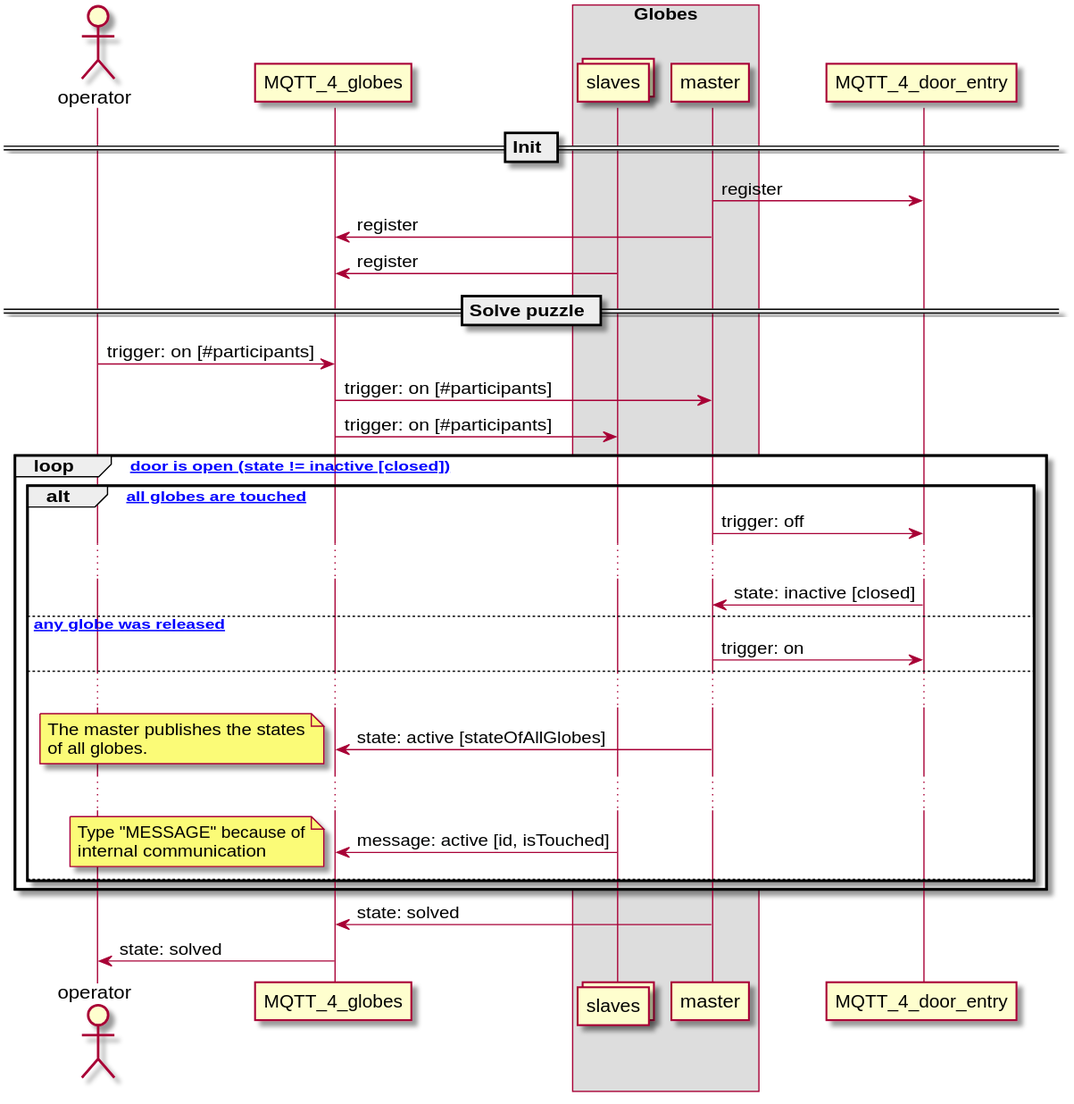
The PlantUML diagram out/design/group_4_puzzle_globes.svg in ubilab-ws21/operator, before a commit. Its diagram source:
```plantuml
@startuml group_4_puzzle_globes
actor operator
participant MQTT_4_globes
box "Globes"
    collections slaves
    participant master
end box
participant MQTT_4_door_entry

== Init ==
master -> MQTT_4_door_entry: register
master -> MQTT_4_globes: register
slaves -> MQTT_4_globes: register

== Solve puzzle ==
operator -> MQTT_4_globes: trigger: on [#participants]
MQTT_4_globes -> master: trigger: on [#participants]
MQTT_4_globes -> slaves: trigger: on [#participants]

loop [while door is open (state != inactive [closed])]
    alt [on all globes are touched]
        master -> MQTT_4_door_entry: trigger: off
        ...
        MQTT_4_door_entry -> master: state: inactive [closed]
    else [on any globe was released]
        master -> MQTT_4_door_entry: trigger: on
    else
        ...
        master -> MQTT_4_globes: state: active [stateOfAllGlobes]
        note left
            The master publishes the states
            of all globes.
        end note
        ...
        slaves -> MQTT_4_globes: message: active [id, isTouched]
        note left
            Type "MESSAGE" because of
            internal communication
        end note
    else
    end

end

MQTT_4_globes <- master: state: solved
operator <- MQTT_4_globes: state: solved
@enduml
```
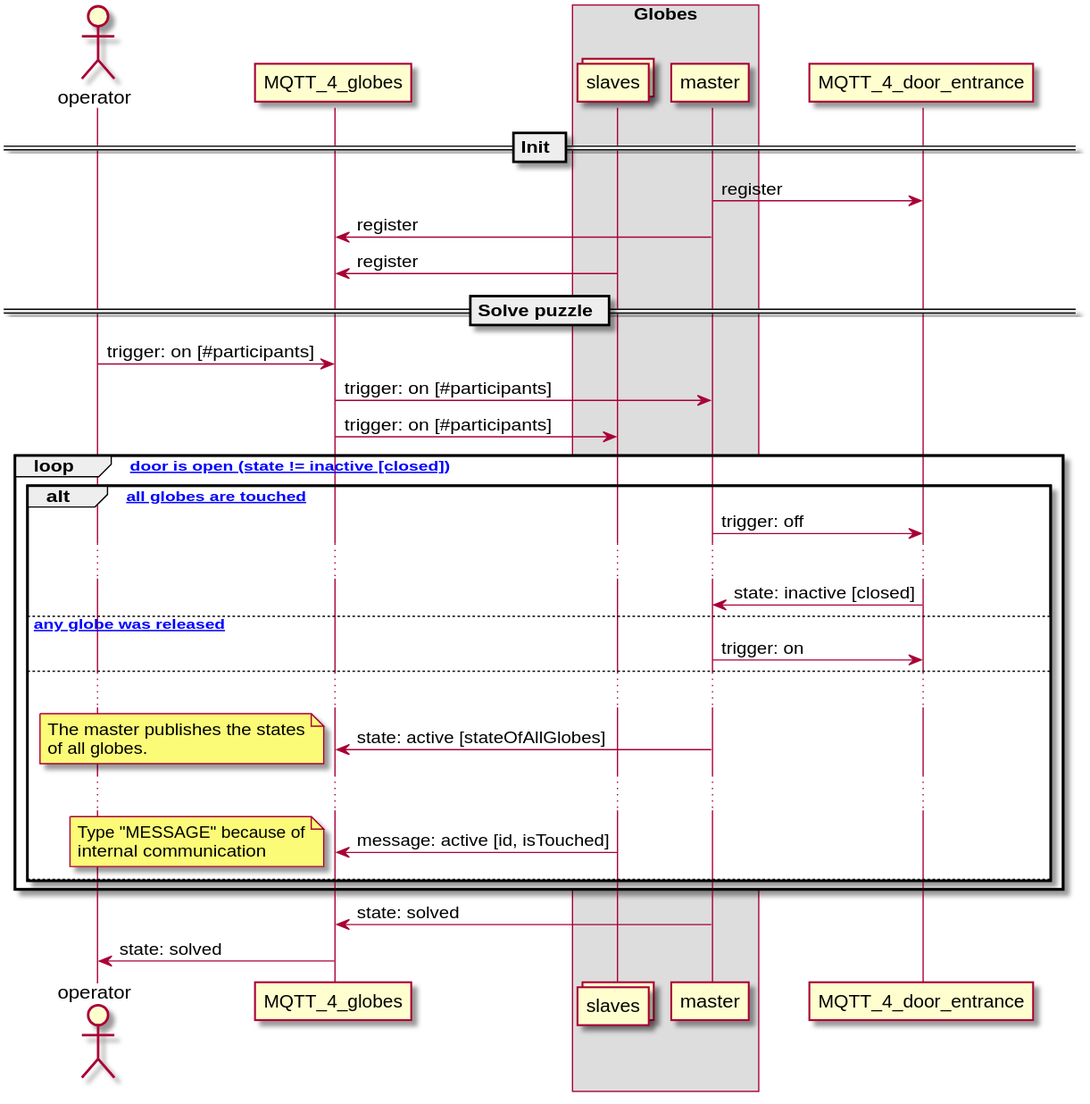
Above is the later version.

Commit message:
Correct misspelling

Change to the diagram source:
```diff
@@ -5,10 +5,10 @@
     collections slaves
     participant master
 end box
-participant MQTT_4_door_entry
+participant MQTT_4_door_entrance
 
 == Init ==
-master -> MQTT_4_door_entry: register
+master -> MQTT_4_door_entrance: register
 master -> MQTT_4_globes: register
 slaves -> MQTT_4_globes: register
 
@@ -19,11 +19,11 @@
 
 loop [while door is open (state != inactive [closed])]
     alt [on all globes are touched]
-        master -> MQTT_4_door_entry: trigger: off
+        master -> MQTT_4_door_entrance: trigger: off
         ...
-        MQTT_4_door_entry -> master: state: inactive [closed]
+        MQTT_4_door_entrance -> master: state: inactive [closed]
     else [on any globe was released]
-        master -> MQTT_4_door_entry: trigger: on
+        master -> MQTT_4_door_entrance: trigger: on
     else
         ...
         master -> MQTT_4_globes: state: active [stateOfAllGlobes]
```
